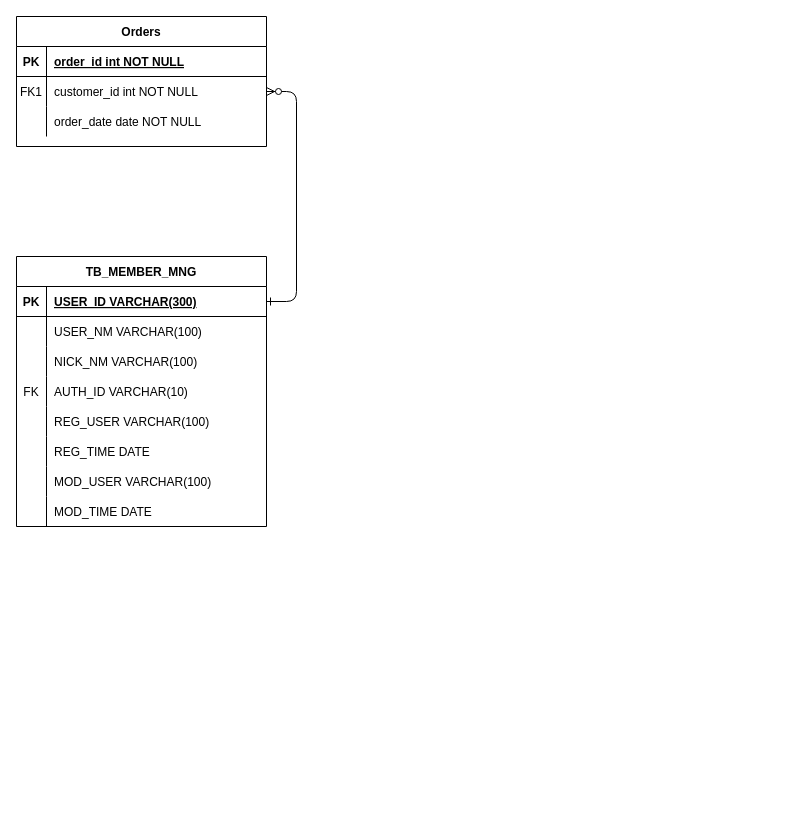
The draw.io diagram toyProjectERD.drawio in ordinary22/ERD, before the edit. Source tidied: cells renumbered, new cells numbered last; positions are measured from the earlier drawing's top-left corner, leaving out a move shared by most shapes. Both pictures are drawn from the tidied source at 100%, with x=0, y=0 at pixel (16, 16).
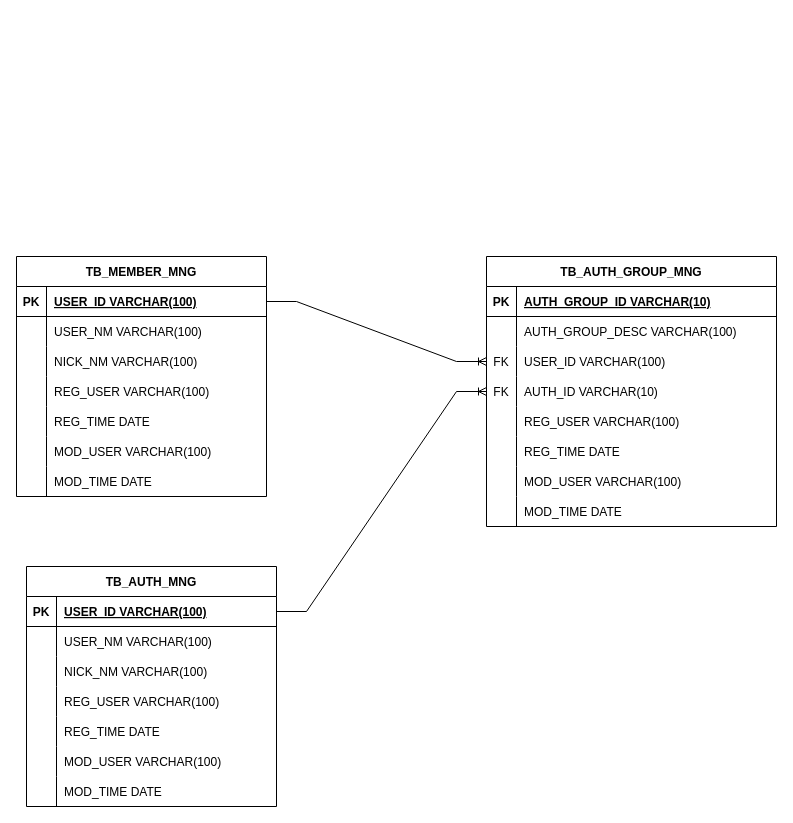
The same page after the edit.

The change refers to these unchanged cells:
```xml
<mxCell id="14" style="shape=partialRectangle;fillColor=none;points=[[0,0.5],[1,0.5]];portConstraint=eastwest;top=0;left=0;right=0;bottom=1;" parent="13" vertex="1">
  <mxGeometry y="30" width="250" height="30" as="geometry" />
</mxCell>
```

Change to the diagram source:
```diff
@@
-    <mxCell id="2" style="edgeStyle=entityRelationEdgeStyle;endArrow=ERzeroToMany;startArrow=ERone;endFill=1;startFill=0;" parent="1" edge="1" source="14" target="7">
-      <mxGeometry relative="1" as="geometry" />
-    </mxCell>
-    <mxCell id="3" value="Orders" style="shape=table;startSize=30;childLayout=tableLayout;rowLines=0;fontStyle=1;align=center;" parent="1" vertex="1">
-      <mxGeometry width="250" height="130" as="geometry" />
-    </mxCell>
-    <mxCell id="4" style="shape=partialRectangle;fillColor=none;points=[[0,0.5],[1,0.5]];portConstraint=eastwest;top=0;left=0;right=0;bottom=1;" parent="3" vertex="1">
-      <mxGeometry y="30" width="250" height="30" as="geometry" />
-    </mxCell>
-    <mxCell id="5" value="PK" style="shape=partialRectangle;overflow=hidden;fillColor=none;top=0;left=0;bottom=0;right=0;fontStyle=1;" parent="4" vertex="1">
-      <mxGeometry width="30" height="30" as="geometry" />
-    </mxCell>
-    <mxCell id="6" value="order_id int NOT NULL " style="shape=partialRectangle;overflow=hidden;fillColor=none;top=0;left=0;bottom=0;right=0;align=left;spacingLeft=6;fontStyle=5;" parent="4" vertex="1">
-      <mxGeometry x="30" width="220" height="30" as="geometry" />
-    </mxCell>
-    <mxCell id="7" style="shape=partialRectangle;fillColor=none;points=[[0,0.5],[1,0.5]];portConstraint=eastwest;top=0;left=0;right=0;bottom=0;" parent="3" vertex="1">
-      <mxGeometry y="60" width="250" height="30" as="geometry" />
-    </mxCell>
-    <mxCell id="8" value="FK1" style="shape=partialRectangle;overflow=hidden;fillColor=none;top=0;left=0;bottom=0;right=0;" parent="7" vertex="1">
-      <mxGeometry width="30" height="30" as="geometry" />
-    </mxCell>
-    <mxCell id="9" value="customer_id int NOT NULL" style="shape=partialRectangle;overflow=hidden;fillColor=none;top=0;left=0;bottom=0;right=0;align=left;spacingLeft=6;" parent="7" vertex="1">
-      <mxGeometry x="30" width="220" height="30" as="geometry" />
-    </mxCell>
-    <mxCell id="10" style="shape=partialRectangle;fillColor=none;top=0;left=0;right=0;bottom=0;" parent="3" vertex="1">
-      <mxGeometry y="90" width="250" height="30" as="geometry" />
-    </mxCell>
-    <mxCell id="11" style="shape=partialRectangle;overflow=hidden;fillColor=none;top=0;left=0;bottom=0;right=0;" parent="10" vertex="1">
-      <mxGeometry width="30" height="30" as="geometry" />
-    </mxCell>
-    <mxCell id="12" value="order_date date NOT NULL" style="shape=partialRectangle;overflow=hidden;fillColor=none;top=0;left=0;bottom=0;right=0;align=left;spacingLeft=6;" parent="10" vertex="1">
-      <mxGeometry x="30" width="220" height="30" as="geometry" />
-    </mxCell>
     <mxCell id="13" value="TB_MEMBER_MNG" style="shape=table;startSize=30;childLayout=tableLayout;rowLines=0;fontStyle=1;align=center;" parent="1" vertex="1">
-      <mxGeometry y="240" width="250" height="270" as="geometry" />
+      <mxGeometry y="240" width="250" height="240" as="geometry" />
     </mxCell>
@@
-    <mxCell id="16" value="USER_ID VARCHAR(300)" style="shape=partialRectangle;overflow=hidden;fillColor=none;top=0;left=0;bottom=0;right=0;align=left;spacingLeft=6;fontStyle=5;" parent="14" vertex="1">
+    <mxCell id="16" value="USER_ID VARCHAR(100)" style="shape=partialRectangle;overflow=hidden;fillColor=none;top=0;left=0;bottom=0;right=0;align=left;spacingLeft=6;fontStyle=5;" parent="14" vertex="1">
       <mxGeometry x="30" width="220" height="30" as="geometry" />
     </mxCell>
@@
-    <mxCell id="23" style="shape=partialRectangle;fillColor=none;top=0;left=0;right=0;bottom=0;" parent="13" vertex="1">
-      <mxGeometry y="120" width="250" height="30" as="geometry" />
-    </mxCell>
-    <mxCell id="24" value="FK" style="shape=partialRectangle;overflow=hidden;fillColor=none;top=0;left=0;bottom=0;right=0;" parent="23" vertex="1">
-      <mxGeometry width="30" height="30" as="geometry" />
-    </mxCell>
-    <mxCell id="25" value="AUTH_ID VARCHAR(10)" style="shape=partialRectangle;overflow=hidden;fillColor=none;top=0;left=0;bottom=0;right=0;align=left;spacingLeft=6;" parent="23" vertex="1">
-      <mxGeometry x="30" width="220" height="30" as="geometry" />
-    </mxCell>
     <mxCell id="26" style="shape=partialRectangle;fillColor=none;top=0;left=0;right=0;bottom=0;" parent="13" vertex="1">
-      <mxGeometry y="150" width="250" height="30" as="geometry" />
+      <mxGeometry y="120" width="250" height="30" as="geometry" />
     </mxCell>
@@
     <mxCell id="29" style="shape=partialRectangle;fillColor=none;top=0;left=0;right=0;bottom=0;" parent="13" vertex="1">
-      <mxGeometry y="180" width="250" height="30" as="geometry" />
+      <mxGeometry y="150" width="250" height="30" as="geometry" />
     </mxCell>
@@
     <mxCell id="32" style="shape=partialRectangle;fillColor=none;top=0;left=0;right=0;bottom=0;" parent="13" vertex="1">
-      <mxGeometry y="210" width="250" height="30" as="geometry" />
+      <mxGeometry y="180" width="250" height="30" as="geometry" />
     </mxCell>
@@
     <mxCell id="35" style="shape=partialRectangle;fillColor=none;top=0;left=0;right=0;bottom=0;" parent="13" vertex="1">
-      <mxGeometry y="240" width="250" height="30" as="geometry" />
+      <mxGeometry y="210" width="250" height="30" as="geometry" />
     </mxCell>
@@
+    <mxCell id="38" value="TB_AUTH_GROUP_MNG" style="shape=table;startSize=30;childLayout=tableLayout;rowLines=0;fontStyle=1;align=center;" parent="1" vertex="1">
+      <mxGeometry x="470" y="240" width="290" height="270" as="geometry" />
+    </mxCell>
+    <mxCell id="39" style="shape=partialRectangle;fillColor=none;top=0;left=0;right=0;bottom=1;" parent="38" vertex="1">
+      <mxGeometry y="30" width="290" height="30" as="geometry" />
+    </mxCell>
+    <mxCell id="40" value="PK" style="shape=partialRectangle;overflow=hidden;fillColor=none;top=0;left=0;bottom=0;right=0;fontStyle=1;" parent="39" vertex="1">
+      <mxGeometry width="30" height="30" as="geometry" />
+    </mxCell>
+    <mxCell id="41" value="AUTH_GROUP_ID VARCHAR(10)" style="shape=partialRectangle;overflow=hidden;fillColor=none;top=0;left=0;bottom=0;right=0;align=left;spacingLeft=6;fontStyle=5;" parent="39" vertex="1">
+      <mxGeometry x="30" width="260" height="30" as="geometry" />
+    </mxCell>
+    <mxCell id="42" style="shape=partialRectangle;fillColor=none;top=0;left=0;right=0;bottom=0;" parent="38" vertex="1">
+      <mxGeometry y="60" width="290" height="30" as="geometry" />
+    </mxCell>
+    <mxCell id="43" style="shape=partialRectangle;overflow=hidden;fillColor=none;top=0;left=0;bottom=0;right=0;" parent="42" vertex="1">
+      <mxGeometry width="30" height="30" as="geometry" />
+    </mxCell>
+    <mxCell id="44" value="AUTH_GROUP_DESC VARCHAR(100)" style="shape=partialRectangle;overflow=hidden;fillColor=none;top=0;left=0;bottom=0;right=0;align=left;spacingLeft=6;" parent="42" vertex="1">
+      <mxGeometry x="30" width="260" height="30" as="geometry" />
+    </mxCell>
+    <mxCell id="45" style="shape=partialRectangle;fillColor=none;points=[[0,0.5],[1,0.5]];portConstraint=eastwest;top=0;left=0;right=0;bottom=0;" parent="38" vertex="1">
+      <mxGeometry y="90" width="290" height="30" as="geometry" />
+    </mxCell>
+    <mxCell id="46" value="FK" style="shape=partialRectangle;overflow=hidden;fillColor=none;top=0;left=0;bottom=0;right=0;" parent="45" vertex="1">
+      <mxGeometry width="30" height="30" as="geometry" />
+    </mxCell>
+    <mxCell id="47" value="USER_ID VARCHAR(100)" style="shape=partialRectangle;overflow=hidden;fillColor=none;top=0;left=0;bottom=0;right=0;align=left;spacingLeft=6;" parent="45" vertex="1">
+      <mxGeometry x="30" width="260" height="30" as="geometry" />
+    </mxCell>
+    <mxCell id="48" style="shape=partialRectangle;fillColor=none;points=[[0,0.5],[1,0.5]];portConstraint=eastwest;top=0;left=0;right=0;bottom=0;" parent="38" vertex="1">
+      <mxGeometry y="120" width="290" height="30" as="geometry" />
+    </mxCell>
+    <mxCell id="49" value="FK" style="shape=partialRectangle;overflow=hidden;fillColor=none;top=0;left=0;bottom=0;right=0;" parent="48" vertex="1">
+      <mxGeometry width="30" height="30" as="geometry" />
+    </mxCell>
+    <mxCell id="25" value="AUTH_ID VARCHAR(10)" style="shape=partialRectangle;overflow=hidden;fillColor=none;top=0;left=0;bottom=0;right=0;align=left;spacingLeft=6;" parent="48" vertex="1">
+      <mxGeometry x="30" width="260" height="30" as="geometry" />
+    </mxCell>
+    <mxCell id="50" style="shape=partialRectangle;fillColor=none;top=0;left=0;right=0;bottom=0;" parent="38" vertex="1">
+      <mxGeometry y="150" width="290" height="30" as="geometry" />
+    </mxCell>
+    <mxCell id="51" style="shape=partialRectangle;overflow=hidden;fillColor=none;top=0;left=0;bottom=0;right=0;" parent="50" vertex="1">
+      <mxGeometry width="30" height="30" as="geometry" />
+    </mxCell>
+    <mxCell id="52" value="REG_USER VARCHAR(100)" style="shape=partialRectangle;overflow=hidden;fillColor=none;top=0;left=0;bottom=0;right=0;align=left;spacingLeft=6;" parent="50" vertex="1">
+      <mxGeometry x="30" width="260" height="30" as="geometry" />
+    </mxCell>
+    <mxCell id="53" style="shape=partialRectangle;fillColor=none;top=0;left=0;right=0;bottom=0;" parent="38" vertex="1">
+      <mxGeometry y="180" width="290" height="30" as="geometry" />
+    </mxCell>
+    <mxCell id="54" style="shape=partialRectangle;overflow=hidden;fillColor=none;top=0;left=0;bottom=0;right=0;" parent="53" vertex="1">
+      <mxGeometry width="30" height="30" as="geometry" />
+    </mxCell>
+    <mxCell id="55" value="REG_TIME DATE" style="shape=partialRectangle;overflow=hidden;fillColor=none;top=0;left=0;bottom=0;right=0;align=left;spacingLeft=6;" parent="53" vertex="1">
+      <mxGeometry x="30" width="260" height="30" as="geometry" />
+    </mxCell>
+    <mxCell id="56" style="shape=partialRectangle;fillColor=none;top=0;left=0;right=0;bottom=0;" parent="38" vertex="1">
+      <mxGeometry y="210" width="290" height="30" as="geometry" />
+    </mxCell>
+    <mxCell id="57" style="shape=partialRectangle;overflow=hidden;fillColor=none;top=0;left=0;bottom=0;right=0;" parent="56" vertex="1">
+      <mxGeometry width="30" height="30" as="geometry" />
+    </mxCell>
+    <mxCell id="58" value="MOD_USER VARCHAR(100)" style="shape=partialRectangle;overflow=hidden;fillColor=none;top=0;left=0;bottom=0;right=0;align=left;spacingLeft=6;" parent="56" vertex="1">
+      <mxGeometry x="30" width="260" height="30" as="geometry" />
+    </mxCell>
+    <mxCell id="59" style="shape=partialRectangle;fillColor=none;top=0;left=0;right=0;bottom=0;" parent="38" vertex="1">
+      <mxGeometry y="240" width="290" height="30" as="geometry" />
+    </mxCell>
+    <mxCell id="60" style="shape=partialRectangle;overflow=hidden;fillColor=none;top=0;left=0;bottom=0;right=0;" parent="59" vertex="1">
+      <mxGeometry width="30" height="30" as="geometry" />
+    </mxCell>
+    <mxCell id="61" value="MOD_TIME DATE" style="shape=partialRectangle;overflow=hidden;fillColor=none;top=0;left=0;bottom=0;right=0;align=left;spacingLeft=6;" parent="59" vertex="1">
+      <mxGeometry x="30" width="260" height="30" as="geometry" />
+    </mxCell>
+    <mxCell id="62" style="edgeStyle=entityRelationEdgeStyle;fontSize=12;html=1;endArrow=ERoneToMany;rounded=0;" parent="1" edge="1" source="14" target="45">
+      <mxGeometry relative="1" as="geometry" />
+    </mxCell>
+    <mxCell id="63" value="TB_AUTH_MNG" style="shape=table;startSize=30;childLayout=tableLayout;rowLines=0;fontStyle=1;align=center;" parent="1" vertex="1">
+      <mxGeometry x="10" y="550" width="250" height="240" as="geometry" />
+    </mxCell>
+    <mxCell id="4" style="shape=partialRectangle;fillColor=none;points=[[0,0.5],[1,0.5]];portConstraint=eastwest;top=0;left=0;right=0;bottom=1;" parent="63" vertex="1">
+      <mxGeometry y="30" width="250" height="30" as="geometry" />
+    </mxCell>
+    <mxCell id="64" value="PK" style="shape=partialRectangle;overflow=hidden;fillColor=none;top=0;left=0;bottom=0;right=0;fontStyle=1;" parent="4" vertex="1">
+      <mxGeometry width="30" height="30" as="geometry" />
+    </mxCell>
+    <mxCell id="65" value="USER_ID VARCHAR(100)" style="shape=partialRectangle;overflow=hidden;fillColor=none;top=0;left=0;bottom=0;right=0;align=left;spacingLeft=6;fontStyle=5;" parent="4" vertex="1">
+      <mxGeometry x="30" width="220" height="30" as="geometry" />
+    </mxCell>
+    <mxCell id="7" style="shape=partialRectangle;fillColor=none;points=[[0,0.5],[1,0.5]];portConstraint=eastwest;top=0;left=0;right=0;bottom=0;" parent="63" vertex="1">
+      <mxGeometry y="60" width="250" height="30" as="geometry" />
+    </mxCell>
+    <mxCell id="66" style="shape=partialRectangle;overflow=hidden;fillColor=none;top=0;left=0;bottom=0;right=0;" parent="7" vertex="1">
+      <mxGeometry width="30" height="30" as="geometry" />
+    </mxCell>
+    <mxCell id="67" value="USER_NM VARCHAR(100)" style="shape=partialRectangle;overflow=hidden;fillColor=none;top=0;left=0;bottom=0;right=0;align=left;spacingLeft=6;" parent="7" vertex="1">
+      <mxGeometry x="30" width="220" height="30" as="geometry" />
+    </mxCell>
+    <mxCell id="10" style="shape=partialRectangle;fillColor=none;top=0;left=0;right=0;bottom=0;" parent="63" vertex="1">
+      <mxGeometry y="90" width="250" height="30" as="geometry" />
+    </mxCell>
+    <mxCell id="68" style="shape=partialRectangle;overflow=hidden;fillColor=none;top=0;left=0;bottom=0;right=0;" parent="10" vertex="1">
+      <mxGeometry width="30" height="30" as="geometry" />
+    </mxCell>
+    <mxCell id="69" value="NICK_NM VARCHAR(100)" style="shape=partialRectangle;overflow=hidden;fillColor=none;top=0;left=0;bottom=0;right=0;align=left;spacingLeft=6;" parent="10" vertex="1">
+      <mxGeometry x="30" width="220" height="30" as="geometry" />
+    </mxCell>
+    <mxCell id="23" style="shape=partialRectangle;fillColor=none;top=0;left=0;right=0;bottom=0;" parent="63" vertex="1">
+      <mxGeometry y="120" width="250" height="30" as="geometry" />
+    </mxCell>
+    <mxCell id="70" style="shape=partialRectangle;overflow=hidden;fillColor=none;top=0;left=0;bottom=0;right=0;" parent="23" vertex="1">
+      <mxGeometry width="30" height="30" as="geometry" />
+    </mxCell>
+    <mxCell id="71" value="REG_USER VARCHAR(100)" style="shape=partialRectangle;overflow=hidden;fillColor=none;top=0;left=0;bottom=0;right=0;align=left;spacingLeft=6;" parent="23" vertex="1">
+      <mxGeometry x="30" width="220" height="30" as="geometry" />
+    </mxCell>
+    <mxCell id="72" style="shape=partialRectangle;fillColor=none;top=0;left=0;right=0;bottom=0;" parent="63" vertex="1">
+      <mxGeometry y="150" width="250" height="30" as="geometry" />
+    </mxCell>
+    <mxCell id="73" style="shape=partialRectangle;overflow=hidden;fillColor=none;top=0;left=0;bottom=0;right=0;" parent="72" vertex="1">
+      <mxGeometry width="30" height="30" as="geometry" />
+    </mxCell>
+    <mxCell id="74" value="REG_TIME DATE" style="shape=partialRectangle;overflow=hidden;fillColor=none;top=0;left=0;bottom=0;right=0;align=left;spacingLeft=6;" parent="72" vertex="1">
+      <mxGeometry x="30" width="220" height="30" as="geometry" />
+    </mxCell>
+    <mxCell id="75" style="shape=partialRectangle;fillColor=none;top=0;left=0;right=0;bottom=0;" parent="63" vertex="1">
+      <mxGeometry y="180" width="250" height="30" as="geometry" />
+    </mxCell>
+    <mxCell id="76" style="shape=partialRectangle;overflow=hidden;fillColor=none;top=0;left=0;bottom=0;right=0;" parent="75" vertex="1">
+      <mxGeometry width="30" height="30" as="geometry" />
+    </mxCell>
+    <mxCell id="77" value="MOD_USER VARCHAR(100)" style="shape=partialRectangle;overflow=hidden;fillColor=none;top=0;left=0;bottom=0;right=0;align=left;spacingLeft=6;" parent="75" vertex="1">
+      <mxGeometry x="30" width="220" height="30" as="geometry" />
+    </mxCell>
+    <mxCell id="78" style="shape=partialRectangle;fillColor=none;top=0;left=0;right=0;bottom=0;" parent="63" vertex="1">
+      <mxGeometry y="210" width="250" height="30" as="geometry" />
+    </mxCell>
+    <mxCell id="79" style="shape=partialRectangle;overflow=hidden;fillColor=none;top=0;left=0;bottom=0;right=0;" parent="78" vertex="1">
+      <mxGeometry width="30" height="30" as="geometry" />
+    </mxCell>
+    <mxCell id="80" value="MOD_TIME DATE" style="shape=partialRectangle;overflow=hidden;fillColor=none;top=0;left=0;bottom=0;right=0;align=left;spacingLeft=6;" parent="78" vertex="1">
+      <mxGeometry x="30" width="220" height="30" as="geometry" />
+    </mxCell>
+    <mxCell id="81" style="edgeStyle=entityRelationEdgeStyle;fontSize=12;html=1;endArrow=ERoneToMany;rounded=0;" parent="1" edge="1" source="4" target="48">
+      <mxGeometry relative="1" as="geometry" />
+    </mxCell>
```
